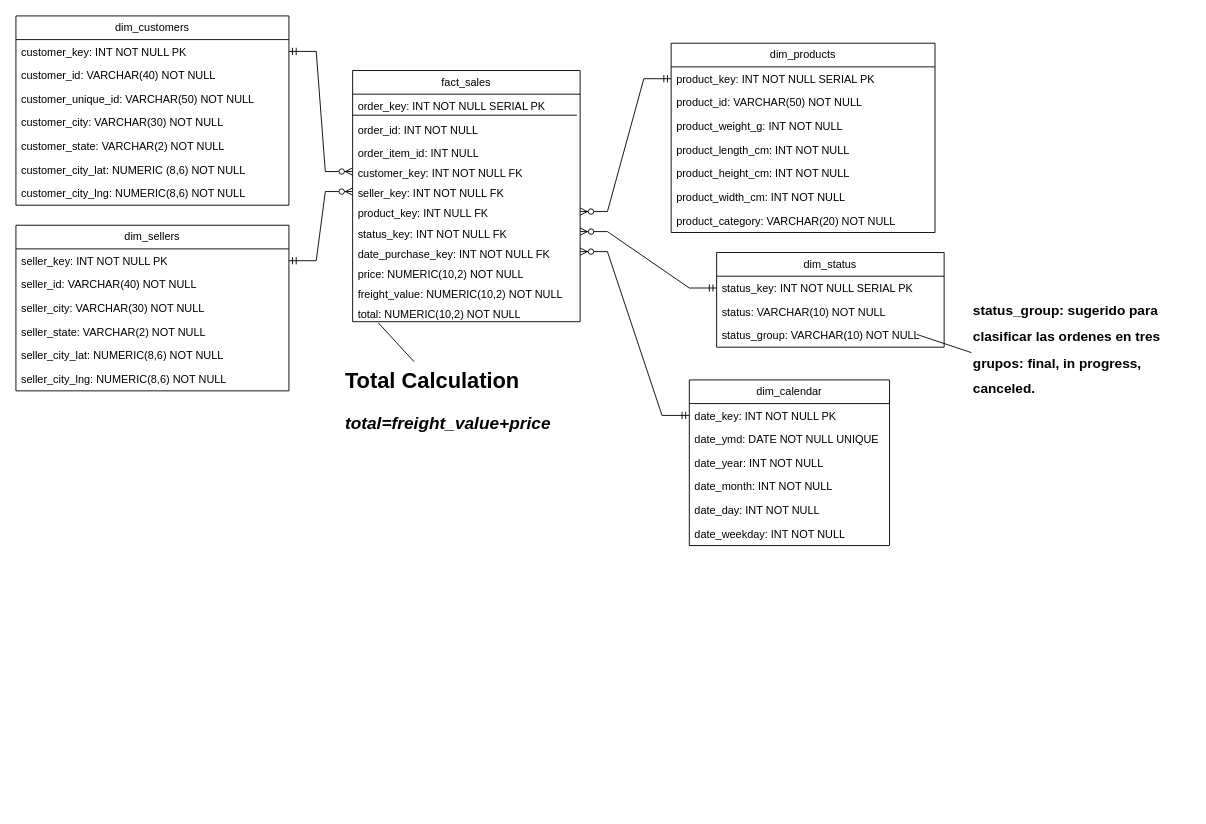
Earlier version of the draw.io diagram Documentacion/drawio/Diagrama Estrella.drawio (eme-19-87/DataAnalytics_Devligth). Source tidied: cells renumbered, new cells numbered last; positions are measured from the earlier drawing's top-left corner, leaving out a move shared by most shapes. Both pictures are drawn from the tidied source at 91%, with x=0, y=0 at pixel (15, 15).
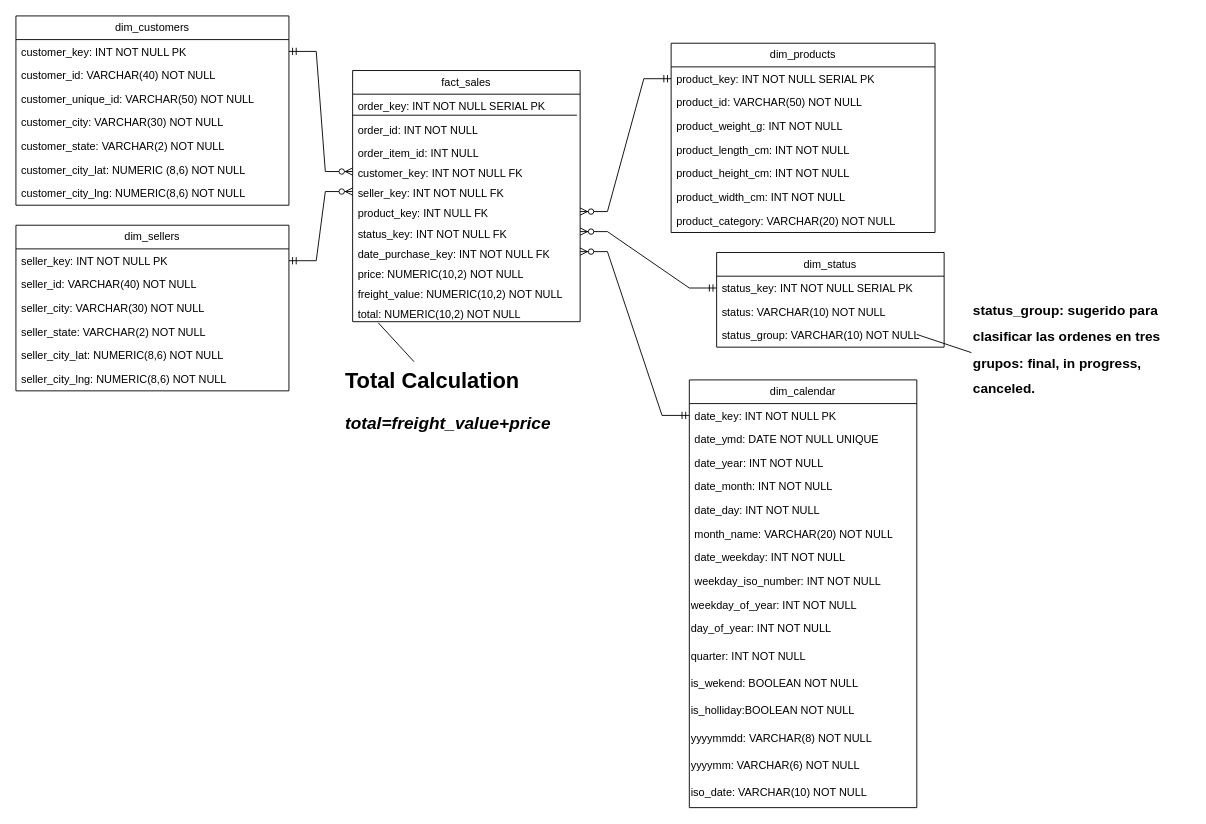
The same page after the edit.

Diff of the diagram source:
```diff
@@
     <mxCell id="42" value="dim_calendar" style="swimlane;fontStyle=0;horizontal=1;startSize=26;fillColor=none;whiteSpace=wrap;html=1;" parent="1" vertex="1">
-      <mxGeometry x="740" y="400" width="220" height="182" as="geometry" />
+      <mxGeometry x="740" y="400" width="250" height="470" as="geometry" />
     </mxCell>
     <mxCell id="43" value="date_key: INT NOT NULL PK" style="text;strokeColor=none;fillColor=none;align=left;verticalAlign=top;spacingLeft=4;spacingRight=4;overflow=hidden;points=[[0,0.5],[1,0.5]];portConstraint=eastwest;whiteSpace=wrap;html=1;" parent="42" vertex="1">
-      <mxGeometry y="26" width="220" height="26" as="geometry" />
+      <mxGeometry y="26" width="250" height="26" as="geometry" />
     </mxCell>
     <mxCell id="44" value="date_ymd: DATE NOT NULL UNIQUE" style="text;strokeColor=none;fillColor=none;align=left;verticalAlign=top;spacingLeft=4;spacingRight=4;overflow=hidden;whiteSpace=wrap;html=1;" parent="42" vertex="1">
-      <mxGeometry y="52" width="220" height="26" as="geometry" />
+      <mxGeometry y="52" width="250" height="26" as="geometry" />
     </mxCell>
     <mxCell id="45" value="date_year: INT NOT NULL" style="text;strokeColor=none;fillColor=none;align=left;verticalAlign=top;spacingLeft=4;spacingRight=4;overflow=hidden;whiteSpace=wrap;html=1;" parent="42" vertex="1">
-      <mxGeometry y="78" width="220" height="26" as="geometry" />
+      <mxGeometry y="78" width="250" height="26" as="geometry" />
     </mxCell>
     <mxCell id="46" value="date_month: INT NOT NULL" style="text;strokeColor=none;fillColor=none;align=left;verticalAlign=top;spacingLeft=4;spacingRight=4;overflow=hidden;whiteSpace=wrap;html=1;" parent="42" vertex="1">
-      <mxGeometry y="104" width="220" height="26" as="geometry" />
+      <mxGeometry y="104" width="250" height="26" as="geometry" />
     </mxCell>
     <mxCell id="47" value="date_day: INT NOT NULL" style="text;strokeColor=none;fillColor=none;align=left;verticalAlign=top;spacingLeft=4;spacingRight=4;overflow=hidden;whiteSpace=wrap;html=1;" parent="42" vertex="1">
-      <mxGeometry y="130" width="220" height="26" as="geometry" />
+      <mxGeometry y="130" width="250" height="26" as="geometry" />
     </mxCell>
+    <mxCell id="58" value="month_name: VARCHAR(20) NOT NULL" style="text;strokeColor=none;fillColor=none;align=left;verticalAlign=top;spacingLeft=4;spacingRight=4;overflow=hidden;whiteSpace=wrap;html=1;" parent="42" vertex="1">
+      <mxGeometry y="156" width="250" height="26" as="geometry" />
+    </mxCell>
     <mxCell id="48" value="date_weekday: INT NOT NULL" style="text;strokeColor=none;fillColor=none;align=left;verticalAlign=top;spacingLeft=4;spacingRight=4;overflow=hidden;whiteSpace=wrap;html=1;" parent="42" vertex="1">
-      <mxGeometry y="156" width="220" height="26" as="geometry" />
+      <mxGeometry y="182" width="250" height="26" as="geometry" />
     </mxCell>
+    <mxCell id="59" value="weekday_iso_number: INT NOT NULL" style="text;strokeColor=none;fillColor=none;align=left;verticalAlign=top;spacingLeft=4;spacingRight=4;overflow=hidden;whiteSpace=wrap;html=1;" parent="42" vertex="1">
+      <mxGeometry y="208" width="250" height="26" as="geometry" />
+    </mxCell>
+    <mxCell id="60" value="weekday_of_year: INT NOT NULL" style="text;whiteSpace=wrap;" parent="42" vertex="1">
+      <mxGeometry y="234" width="250" height="26" as="geometry" />
+    </mxCell>
+    <mxCell id="61" value="day_of_year: INT NOT NULL" style="text;whiteSpace=wrap;" parent="42" vertex="1">
+      <mxGeometry y="260" width="250" height="30" as="geometry" />
+    </mxCell>
+    <mxCell id="62" value="quarter: INT NOT NULL" style="text;whiteSpace=wrap;" parent="42" vertex="1">
+      <mxGeometry y="290" width="250" height="30" as="geometry" />
+    </mxCell>
+    <mxCell id="63" value="is_wekend: BOOLEAN NOT NULL" style="text;whiteSpace=wrap;" parent="42" vertex="1">
+      <mxGeometry y="320" width="250" height="30" as="geometry" />
+    </mxCell>
+    <mxCell id="64" value="is_holliday:BOOLEAN NOT NULL" style="text;whiteSpace=wrap;" parent="42" vertex="1">
+      <mxGeometry y="350" width="250" height="30" as="geometry" />
+    </mxCell>
+    <mxCell id="65" value="yyyymmdd: VARCHAR(8) NOT NULL" style="text;whiteSpace=wrap;" parent="42" vertex="1">
+      <mxGeometry y="380" width="250" height="30" as="geometry" />
+    </mxCell>
+    <mxCell id="66" value="yyyymm: VARCHAR(6) NOT NULL" style="text;whiteSpace=wrap;" parent="42" vertex="1">
+      <mxGeometry y="410" width="250" height="30" as="geometry" />
+    </mxCell>
+    <mxCell id="67" value="iso_date: VARCHAR(10) NOT NULL" style="text;whiteSpace=wrap;" parent="42" vertex="1">
+      <mxGeometry y="440" width="250" height="30" as="geometry" />
+    </mxCell>
```
